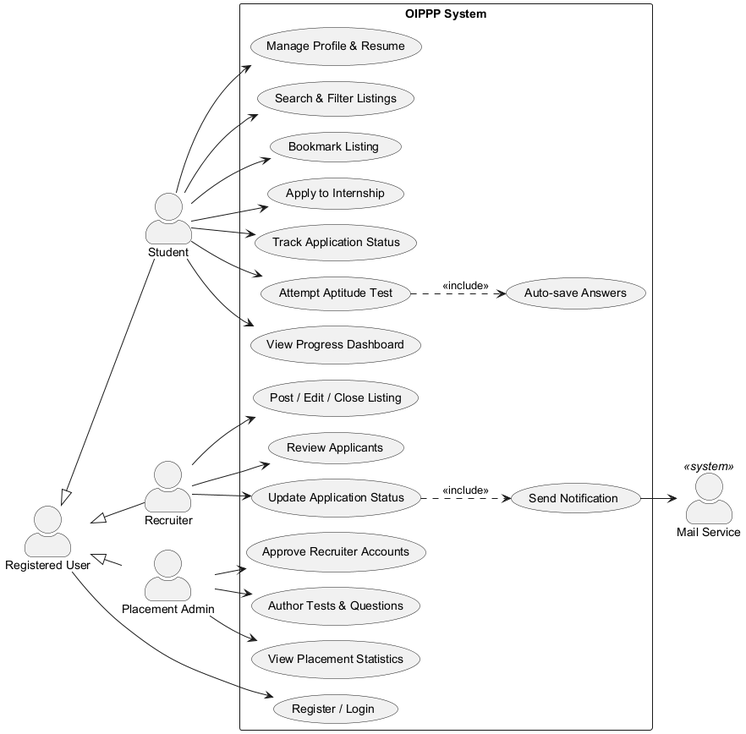
Earlier version of the PlantUML export docs/diagrams/use_case.png (Online-Internship-Placement-Prep-Portal/OIPPP).
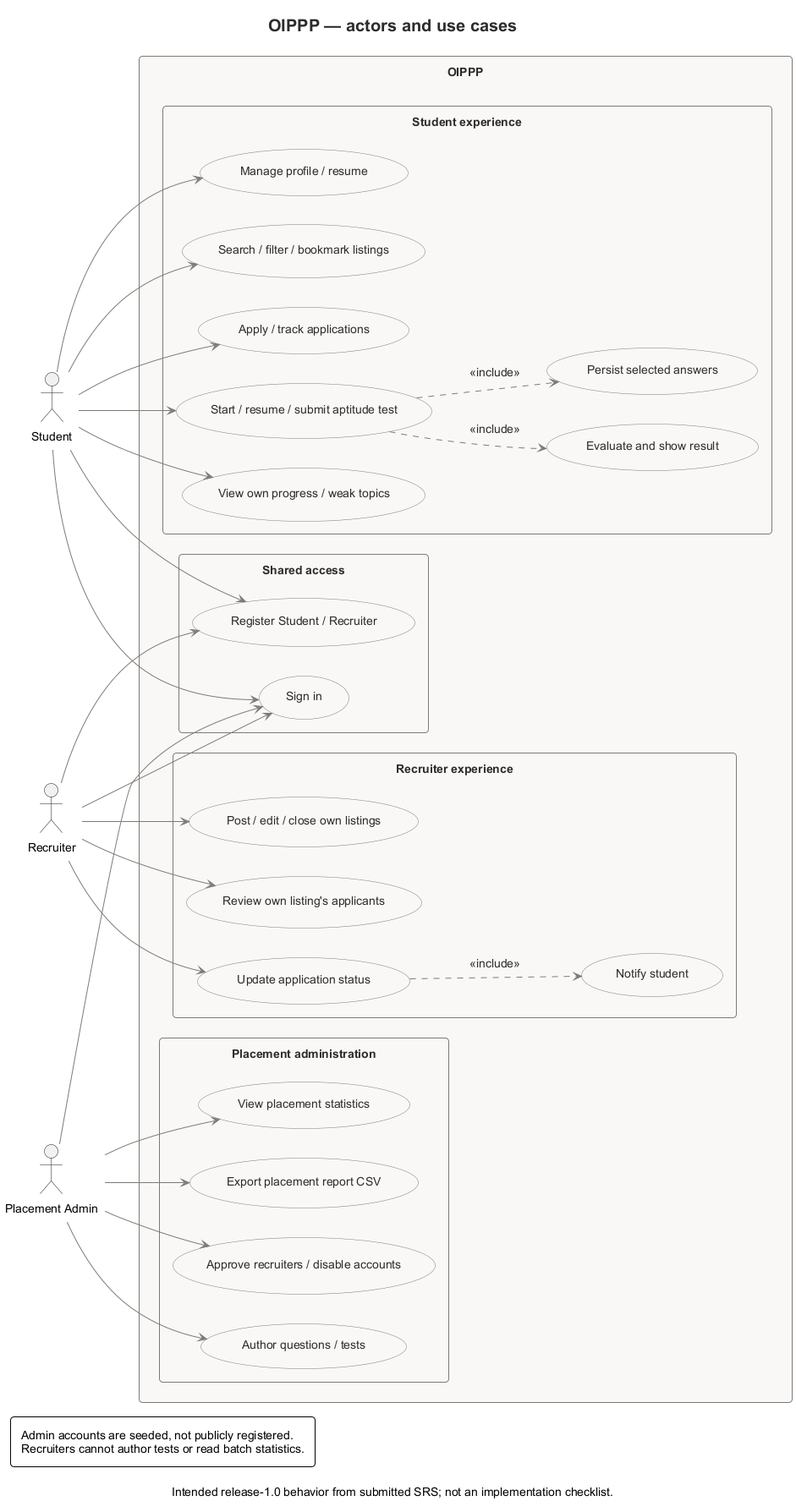
Later version of the same file.

Diff of the diagram source:
```diff
@@ -1,52 +1,60 @@
 @startuml use_case
-!pragma layout smetana
+!include diagram-style.puml
 left to right direction
-skinparam actorStyle awesome
-
-
-
-skinparam packageStyle rectangle
+title OIPPP — actors and use cases
+caption Intended release-1.0 behavior from submitted SRS; not an implementation checklist.
 actor Student
 actor Recruiter
 actor "Placement Admin" as Admin
-actor "Registered User" as User
-actor "Mail Service" as Mail <<system>>
-rectangle "OIPPP System" {
-  usecase "Manage Profile & Resume" as UC2
-  usecase "Search & Filter Listings" as UC3
-  usecase "Bookmark Listing" as UC4
-  usecase "Apply to Internship" as UC5
-  usecase "Track Application Status" as UC6
-  usecase "Attempt Aptitude Test" as UC7
-  usecase "View Progress Dashboard" as UC8
-  usecase "Post / Edit / Close Listing" as UC9
-  usecase "Review Applicants" as UC10
-  usecase "Update Application Status" as UC11
-  usecase "Approve Recruiter Accounts" as UC12
-  usecase "Author Tests & Questions" as UC13
-  usecase "View Placement Statistics" as UC14
-  usecase "Send Notification" as UC15
-  usecase "Auto-save Answers" as UC16
-  usecase "Register / Login" as UC1
+rectangle "OIPPP" {
+  package "Shared access" {
+    usecase "Sign in" as Login
+    usecase "Register Student / Recruiter" as Register
+  }
+  package "Student experience" {
+    usecase "Manage profile / resume" as Profile
+    usecase "Search / filter / bookmark listings" as Search
+    usecase "Apply / track applications" as Apply
+    usecase "Start / resume / submit aptitude test" as Attempt
+    usecase "Persist selected answers" as Save
+    usecase "Evaluate and show result" as Result
+    usecase "View own progress / weak topics" as Progress
+  }
+  package "Recruiter experience" {
+    usecase "Post / edit / close own listings" as Listing
+    usecase "Review own listing's applicants" as Review
+    usecase "Update application status" as Status
+    usecase "Notify student" as Notify
+  }
+  package "Placement administration" {
+    usecase "Approve recruiters / disable accounts" as Accounts
+    usecase "Author questions / tests" as Author
+    usecase "View placement statistics" as Stats
+    usecase "Export placement report CSV" as CSV
+  }
 }
-Student --> UC2
-Student --> UC3
-Student --> UC4
-Student --> UC5
-Student --> UC6
-Student --> UC7
-Student --> UC8
-Recruiter --> UC9
-Recruiter --> UC10
-Recruiter --> UC11
-Admin --> UC12
-Admin --> UC13
-Admin --> UC14
-UC7 ..> UC16 : <<include>>
-UC11 ..> UC15 : <<include>>
-UC15 --> Mail
-User --> UC1
-Student -up-|> User
-Recruiter -up-|> User
-Admin -up-|> User
+Student --> Register
+Recruiter --> Register
+Student --> Login
+Recruiter --> Login
+Admin --> Login
+Student --> Profile
+Student --> Search
+Student --> Apply
+Student --> Attempt
+Student --> Progress
+Recruiter --> Listing
+Recruiter --> Review
+Recruiter --> Status
+Admin --> Accounts
+Admin --> Author
+Admin --> Stats
+Admin --> CSV
+Attempt ..> Save : <<include>>
+Attempt ..> Result : <<include>>
+Status ..> Notify : <<include>>
+legend bottom left
+  Admin accounts are seeded, not publicly registered.
+  Recruiters cannot author tests or read batch statistics.
+endlegend
 @enduml
```
